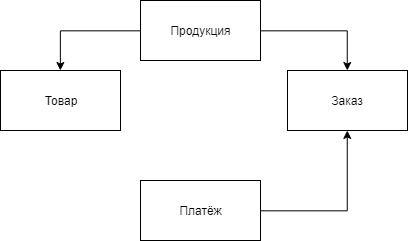
The draw.io diagram ms-supplier-db/models/Conceptual.png in SergeiRussov/rd-epam-java-2020-supplier, before a commit. Source tidied: cells renumbered, new cells last; positions are measured from the earlier drawing's top-left corner, leaving out a move shared by most shapes.
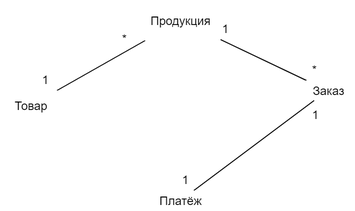
After the change.

Change to the diagram source:
```diff
@@ -2,30 +2,44 @@
   <root>
     <mxCell id="0" />
     <mxCell id="1" parent="0" />
-    <mxCell id="2" style="edgeStyle=orthogonalEdgeStyle;rounded=0;jettySize=auto;html=1;" parent="1" edge="1" source="4" target="5">
+    <mxCell id="2" style="rounded=0;jettySize=auto;html=1;endArrow=none;endFill=0;" parent="1" edge="1" source="4" target="5">
       <mxGeometry relative="1" as="geometry" />
     </mxCell>
-    <mxCell id="3" style="edgeStyle=orthogonalEdgeStyle;rounded=0;jettySize=auto;html=1;" parent="1" edge="1" source="4" target="6">
-      <mxGeometry relative="1" as="geometry">
-        <Array as="points">
-          <mxPoint x="347" y="30" />
-        </Array>
-      </mxGeometry>
+    <mxCell id="3" style="rounded=0;jettySize=auto;html=1;endArrow=none;endFill=0;" parent="1" edge="1" source="4" target="6">
+      <mxGeometry relative="1" as="geometry" />
     </mxCell>
-    <mxCell id="4" value="Продукция" style="rounded=0;whiteSpace=wrap;html=1;" parent="1" vertex="1">
-      <mxGeometry x="140" width="120" height="60" as="geometry" />
+    <mxCell id="4" value="Продукция" style="rounded=0;whiteSpace=wrap;html=1;strokeColor=none;" parent="1" vertex="1">
+      <mxGeometry x="160" y="10" width="80" height="40" as="geometry" />
     </mxCell>
-    <mxCell id="5" value="Товар" style="rounded=0;whiteSpace=wrap;html=1;" parent="1" vertex="1">
-      <mxGeometry y="70" width="120" height="60" as="geometry" />
+    <mxCell id="5" value="Товар" style="rounded=0;whiteSpace=wrap;html=1;strokeColor=none;" parent="1" vertex="1">
+      <mxGeometry x="20" y="100" width="60" height="30" as="geometry" />
     </mxCell>
-    <mxCell id="6" value="Заказ" style="rounded=0;whiteSpace=wrap;html=1;" parent="1" vertex="1">
-      <mxGeometry x="287" y="70" width="120" height="60" as="geometry" />
+    <mxCell id="6" value="Заказ" style="rounded=0;whiteSpace=wrap;html=1;strokeColor=none;" parent="1" vertex="1">
+      <mxGeometry x="320" y="90" width="54" height="20" as="geometry" />
     </mxCell>
-    <mxCell id="7" style="edgeStyle=orthogonalEdgeStyle;rounded=0;jettySize=auto;html=1;" parent="1" edge="1" source="8" target="6">
+    <mxCell id="7" style="rounded=0;jettySize=auto;html=1;endArrow=none;endFill=0;" parent="1" edge="1" source="8" target="6">
       <mxGeometry relative="1" as="geometry" />
     </mxCell>
-    <mxCell id="8" value="Платёж" style="rounded=0;whiteSpace=wrap;html=1;" parent="1" vertex="1">
-      <mxGeometry x="140" y="180" width="120" height="60" as="geometry" />
+    <mxCell id="8" value="Платёж" style="rounded=0;whiteSpace=wrap;html=1;strokeColor=none;" parent="1" vertex="1">
+      <mxGeometry x="160" y="200" width="80" height="20" as="geometry" />
     </mxCell>
+    <mxCell id="9" value="1" style="text;html=1;align=left;verticalAlign=top;spacingTop=-4;" parent="1" vertex="1">
+      <mxGeometry x="60" y="80" width="20" height="20" as="geometry" />
+    </mxCell>
+    <mxCell id="10" value="*" style="text;html=1;align=left;verticalAlign=top;spacingTop=-4;" parent="1" vertex="1">
+      <mxGeometry x="140" y="39" width="20" height="20" as="geometry" />
+    </mxCell>
+    <mxCell id="11" value="*" style="text;html=1;align=left;verticalAlign=top;spacingTop=-4;" parent="1" vertex="1">
+      <mxGeometry x="330" y="70" width="20" height="20" as="geometry" />
+    </mxCell>
+    <mxCell id="12" value="1" style="text;html=1;align=left;verticalAlign=top;spacingTop=-4;" parent="1" vertex="1">
+      <mxGeometry x="240" y="29" width="20" height="20" as="geometry" />
+    </mxCell>
+    <mxCell id="13" value="1" style="text;html=1;align=left;verticalAlign=top;spacingTop=-4;" parent="1" vertex="1">
+      <mxGeometry x="330" y="115" width="20" height="20" as="geometry" />
+    </mxCell>
+    <mxCell id="14" value="1" style="text;html=1;align=left;verticalAlign=top;spacingTop=-4;" parent="1" vertex="1">
+      <mxGeometry x="200" y="180" width="20" height="20" as="geometry" />
+    </mxCell>
   </root>
 </mxGraphModel>
```
